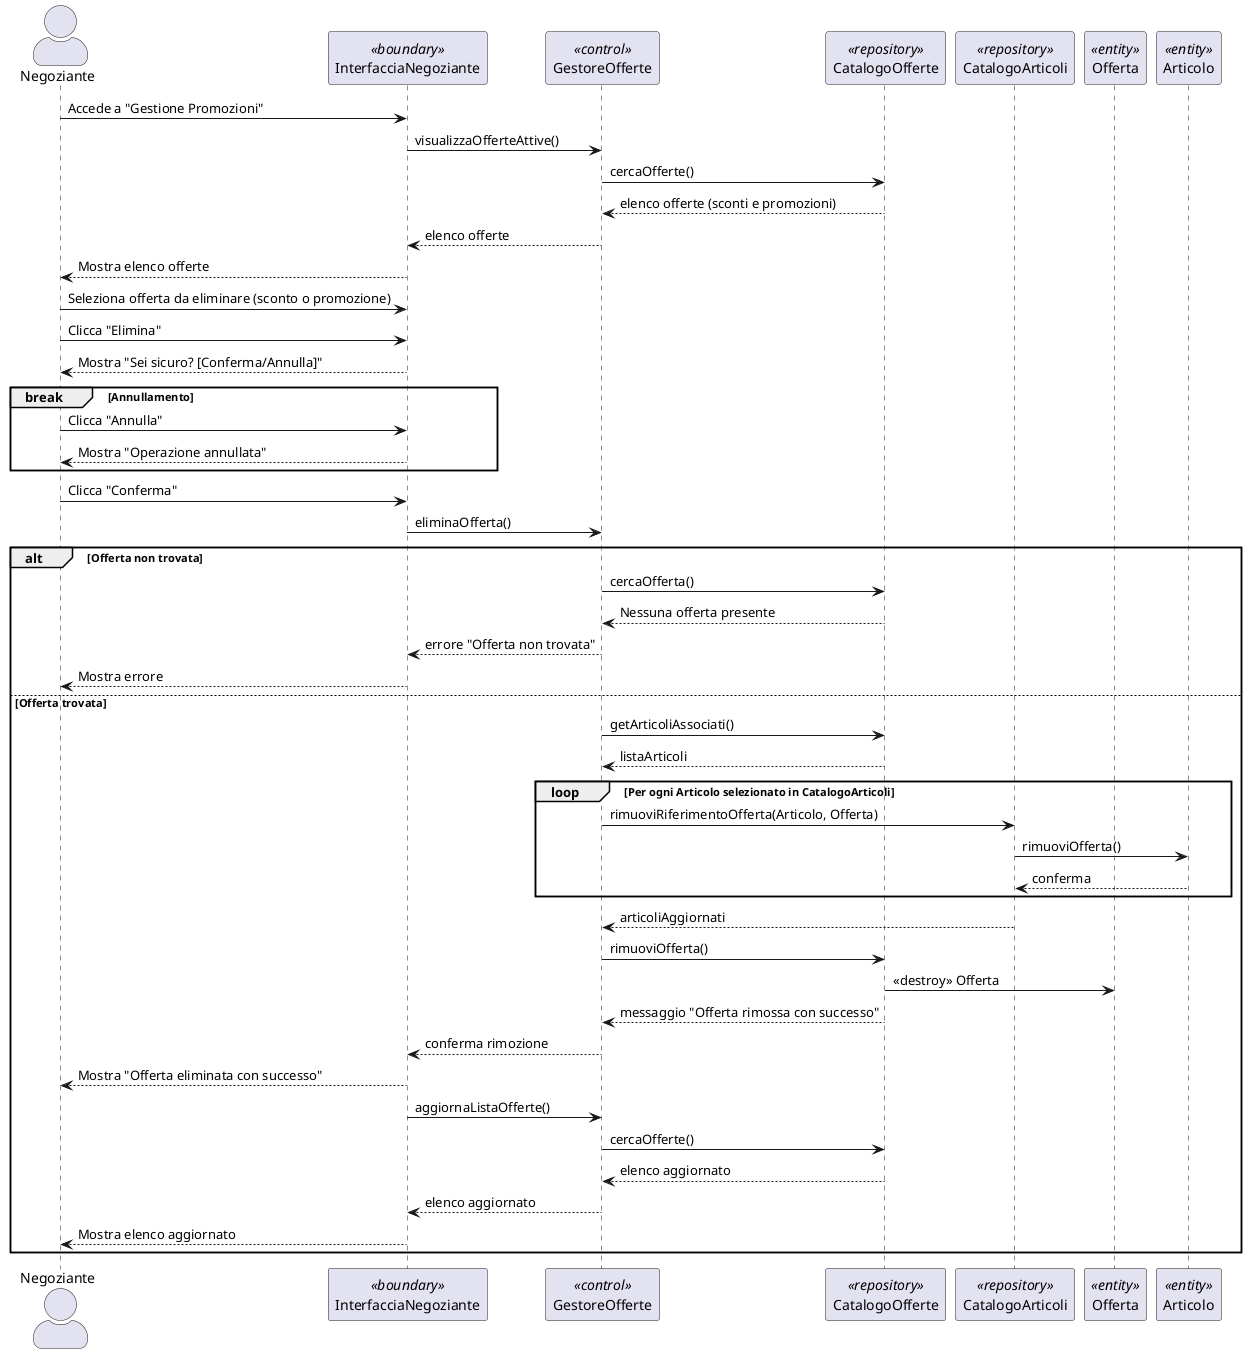
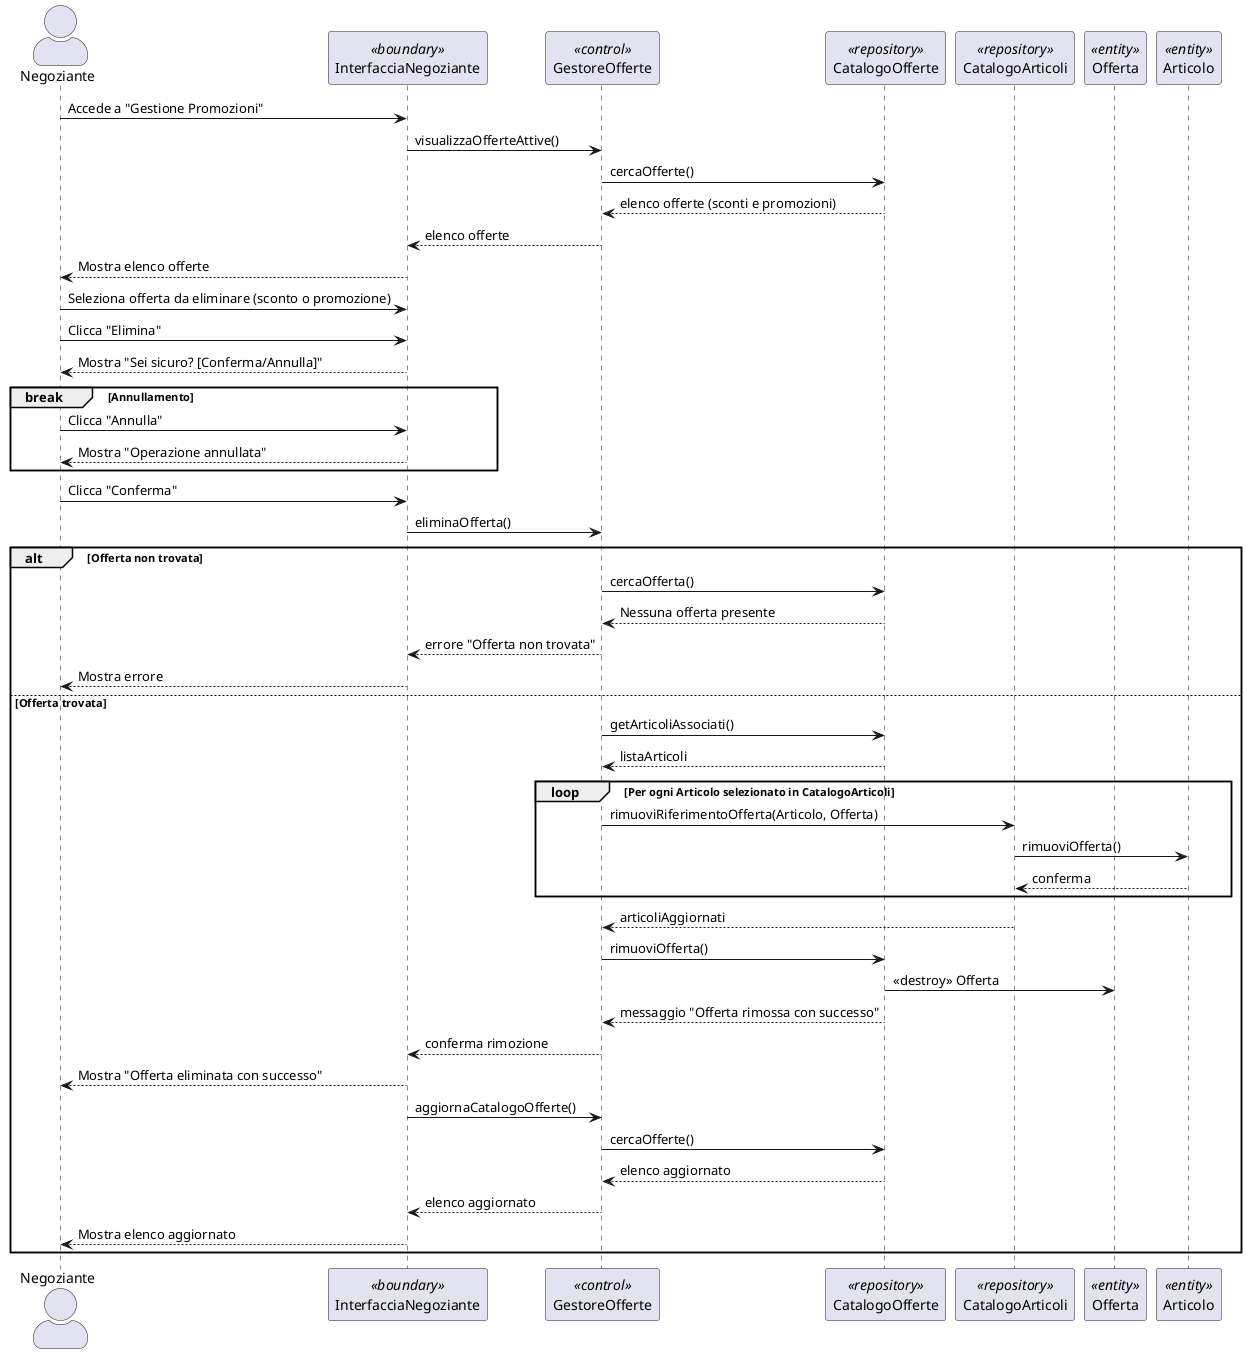
@startuml
skinparam actorStyle awesome

actor Negoziante as N
participant "InterfacciaNegoziante" as IN <<boundary>>
participant "GestoreOfferte" as G <<control>>
participant "CatalogoOfferte" as CO <<repository>>
participant "CatalogoArticoli" as CA <<repository>>
participant "Offerta" as O <<entity>>
participant "Articolo" as Articolo <<entity>>

N -> IN: Accede a "Gestione Promozioni"
IN -> G: visualizzaOfferteAttive()
G -> CO: cercaOfferte()
CO --> G: elenco offerte (sconti e promozioni)
G --> IN: elenco offerte
IN --> N: Mostra elenco offerte

N -> IN: Seleziona offerta da eliminare (sconto o promozione)
N -> IN: Clicca "Elimina"

IN --> N: Mostra "Sei sicuro? [Conferma/Annulla]"

break Annullamento
    N -> IN: Clicca "Annulla"
    IN --> N: Mostra "Operazione annullata"
end

N -> IN: Clicca "Conferma"
IN -> G: eliminaOfferta()

alt Offerta non trovata
    G -> CO: cercaOfferta()
    CO --> G: Nessuna offerta presente
    G --> IN: errore "Offerta non trovata"
    IN --> N: Mostra errore

else Offerta trovata
    G -> CO: getArticoliAssociati()
    CO --> G: listaArticoli

        loop Per ogni Articolo selezionato in CatalogoArticoli
            G -> CA: rimuoviRiferimentoOfferta(Articolo, Offerta)
            CA -> Articolo: rimuoviOfferta()
            Articolo --> CA: conferma
        end
        CA --> G: articoliAggiornati

    G -> CO: rimuoviOfferta()
    CO -> O: <<destroy>> Offerta
    CO --> G: messaggio "Offerta rimossa con successo"

    G --> IN: conferma rimozione
    IN --> N: Mostra "Offerta eliminata con successo"

-     IN -> G: aggiornaListaOfferte()
+     IN -> G: aggiornaCatalogoOfferte()
    G -> CO: cercaOfferte()
    CO --> G: elenco aggiornato
    G --> IN: elenco aggiornato
    IN --> N: Mostra elenco aggiornato
end
@enduml